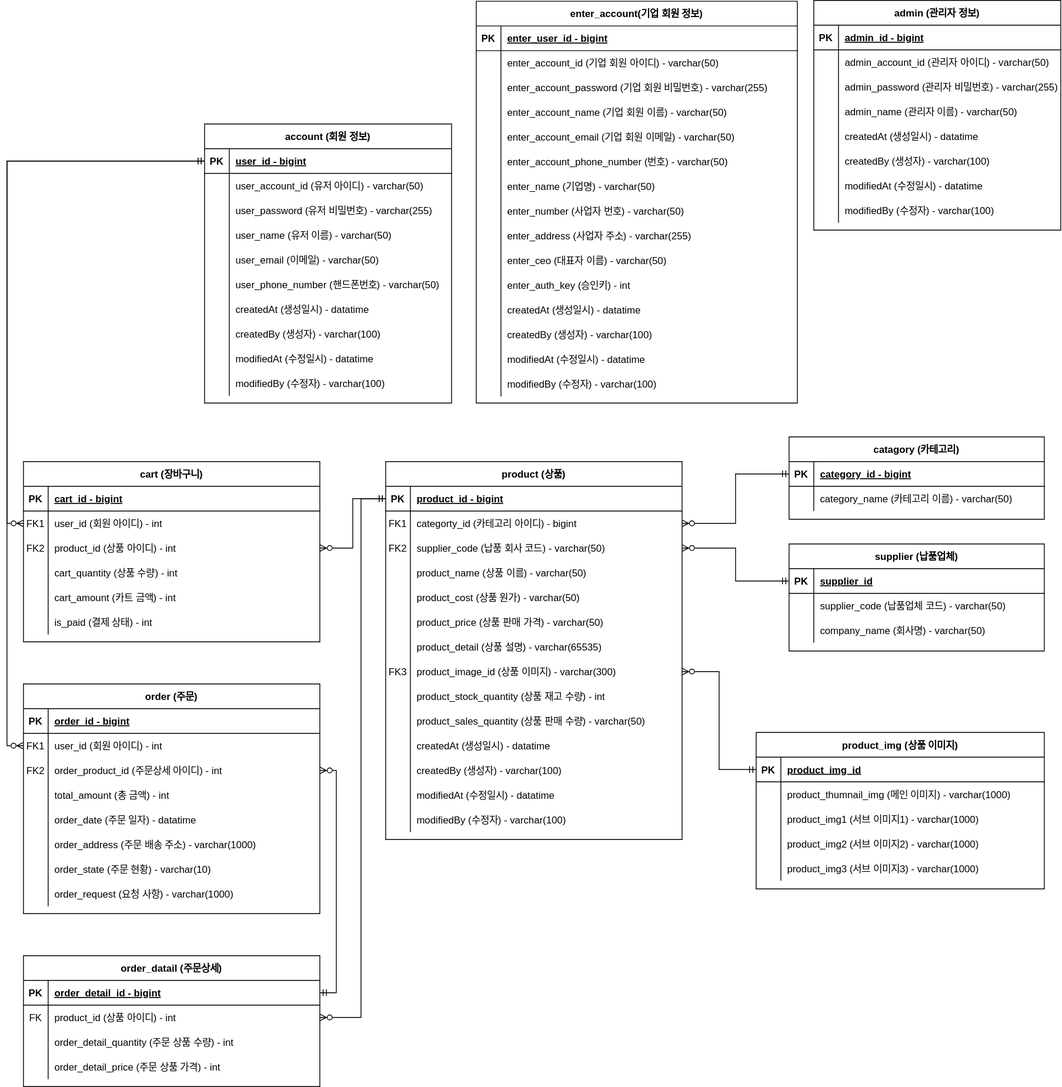
Above: document/SI-Track-Project-erd.svg in b2b2004/SI-Track (draw.io), before the change. Source tidied: cells renumbered, new cells last; positions are measured from the earlier drawing's top-left corner, leaving out a move shared by most shapes.
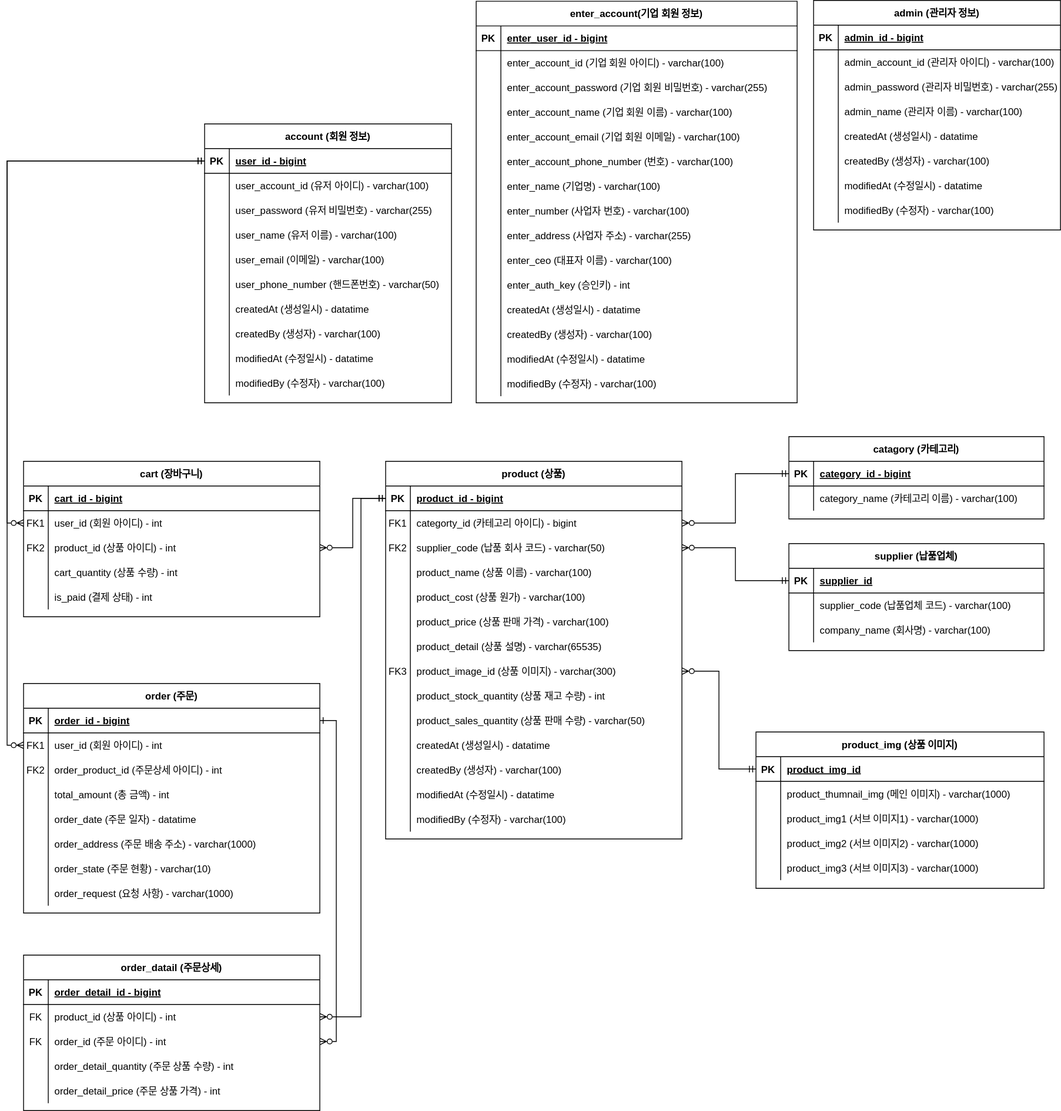
The same diagram one commit later.

Commit message:
#7 - Erd 그림 업데이트

Change to the diagram source:
```diff
@@ -22,3 +22,3 @@
     </mxCell>
-    <mxCell id="8" value="category_name (카테고리 이름) - varchar(50)" style="shape=partialRectangle;overflow=hidden;fillColor=none;top=0;left=0;bottom=0;right=0;align=left;spacingLeft=6;" parent="6" vertex="1">
+    <mxCell id="8" value="category_name (카테고리 이름) - varchar(100)" style="shape=partialRectangle;overflow=hidden;fillColor=none;top=0;left=0;bottom=0;right=0;align=left;spacingLeft=6;" parent="6" vertex="1">
       <mxGeometry x="30" width="280" height="30" as="geometry" />
@@ -43,3 +43,3 @@
     </mxCell>
-    <mxCell id="15" value="user_account_id (유저 아이디) - varchar(50)" style="shape=partialRectangle;overflow=hidden;fillColor=none;top=0;left=0;bottom=0;right=0;align=left;spacingLeft=6;" parent="13" vertex="1">
+    <mxCell id="15" value="user_account_id (유저 아이디) - varchar(100)" style="shape=partialRectangle;overflow=hidden;fillColor=none;top=0;left=0;bottom=0;right=0;align=left;spacingLeft=6;" parent="13" vertex="1">
       <mxGeometry x="30" width="270" height="30" as="geometry" />
@@ -61,3 +61,3 @@
     </mxCell>
-    <mxCell id="21" value="user_name (유저 이름) - varchar(50)" style="shape=partialRectangle;overflow=hidden;fillColor=none;top=0;left=0;bottom=0;right=0;align=left;spacingLeft=6;" parent="19" vertex="1">
+    <mxCell id="21" value="user_name (유저 이름) - varchar(100)" style="shape=partialRectangle;overflow=hidden;fillColor=none;top=0;left=0;bottom=0;right=0;align=left;spacingLeft=6;" parent="19" vertex="1">
       <mxGeometry x="30" width="270" height="30" as="geometry" />
@@ -70,3 +70,3 @@
     </mxCell>
-    <mxCell id="24" value="user_email (이메일) - varchar(50)" style="shape=partialRectangle;overflow=hidden;fillColor=none;top=0;left=0;bottom=0;right=0;align=left;spacingLeft=6;" parent="22" vertex="1">
+    <mxCell id="24" value="user_email (이메일) - varchar(100)" style="shape=partialRectangle;overflow=hidden;fillColor=none;top=0;left=0;bottom=0;right=0;align=left;spacingLeft=6;" parent="22" vertex="1">
       <mxGeometry x="30" width="270" height="30" as="geometry" />
@@ -154,3 +154,3 @@
     </mxCell>
-    <mxCell id="52" value="product_name (상품 이름) - varchar(50)" style="shape=partialRectangle;overflow=hidden;fillColor=none;top=0;left=0;bottom=0;right=0;align=left;spacingLeft=6;" parent="50" vertex="1">
+    <mxCell id="52" value="product_name (상품 이름) - varchar(100)" style="shape=partialRectangle;overflow=hidden;fillColor=none;top=0;left=0;bottom=0;right=0;align=left;spacingLeft=6;" parent="50" vertex="1">
       <mxGeometry x="30" width="330" height="30" as="geometry" />
@@ -163,3 +163,3 @@
     </mxCell>
-    <mxCell id="55" value="product_cost (상품 원가) - varchar(50)" style="shape=partialRectangle;overflow=hidden;fillColor=none;top=0;left=0;bottom=0;right=0;align=left;spacingLeft=6;" parent="53" vertex="1">
+    <mxCell id="55" value="product_cost (상품 원가) - varchar(100)" style="shape=partialRectangle;overflow=hidden;fillColor=none;top=0;left=0;bottom=0;right=0;align=left;spacingLeft=6;" parent="53" vertex="1">
       <mxGeometry x="30" width="330" height="30" as="geometry" />
@@ -172,3 +172,3 @@
     </mxCell>
-    <mxCell id="58" value="product_price (상품 판매 가격) - varchar(50)" style="shape=partialRectangle;overflow=hidden;fillColor=none;top=0;left=0;bottom=0;right=0;align=left;spacingLeft=6;" parent="56" vertex="1">
+    <mxCell id="58" value="product_price (상품 판매 가격) - varchar(100)" style="shape=partialRectangle;overflow=hidden;fillColor=none;top=0;left=0;bottom=0;right=0;align=left;spacingLeft=6;" parent="56" vertex="1">
       <mxGeometry x="30" width="330" height="30" as="geometry" />
@@ -265,3 +265,3 @@
     </mxCell>
-    <mxCell id="89" value="supplier_code (납품업체 코드) - varchar(50)" style="shape=partialRectangle;overflow=hidden;fillColor=none;top=0;left=0;bottom=0;right=0;align=left;spacingLeft=6;" parent="87" vertex="1">
+    <mxCell id="89" value="supplier_code (납품업체 코드) - varchar(100)" style="shape=partialRectangle;overflow=hidden;fillColor=none;top=0;left=0;bottom=0;right=0;align=left;spacingLeft=6;" parent="87" vertex="1">
       <mxGeometry x="30" width="280" height="30" as="geometry" />
@@ -274,3 +274,3 @@
     </mxCell>
-    <mxCell id="92" value="company_name (회사명) - varchar(50)" style="shape=partialRectangle;overflow=hidden;fillColor=none;top=0;left=0;bottom=0;right=0;align=left;spacingLeft=6;" parent="90" vertex="1">
+    <mxCell id="92" value="company_name (회사명) - varchar(100)" style="shape=partialRectangle;overflow=hidden;fillColor=none;top=0;left=0;bottom=0;right=0;align=left;spacingLeft=6;" parent="90" vertex="1">
       <mxGeometry x="30" width="280" height="30" as="geometry" />
@@ -278,3 +278,3 @@
     <mxCell id="93" value="cart (장바구니)" style="shape=table;startSize=30;rowLines=0;fontStyle=1;align=center;" parent="1" vertex="1">
-      <mxGeometry y="560" width="360" height="219" as="geometry" />
+      <mxGeometry y="560" width="360" height="189" as="geometry" />
     </mxCell>
@@ -316,13 +316,4 @@
     </mxCell>
-    <mxCell id="106" style="shape=partialRectangle;fillColor=none;top=0;left=0;right=0;bottom=0;" parent="93" vertex="1">
-      <mxGeometry y="150" width="360" height="30" as="geometry" />
-    </mxCell>
-    <mxCell id="107" style="shape=partialRectangle;overflow=hidden;fillColor=none;top=0;left=0;bottom=0;right=0;" parent="106" vertex="1">
-      <mxGeometry width="30" height="30" as="geometry" />
-    </mxCell>
-    <mxCell id="108" value="cart_amount (카트 금액) - int" style="shape=partialRectangle;overflow=hidden;fillColor=none;top=0;left=0;bottom=0;right=0;align=left;spacingLeft=6;" parent="106" vertex="1">
-      <mxGeometry x="30" width="330" height="30" as="geometry" />
-    </mxCell>
     <mxCell id="109" style="shape=partialRectangle;fillColor=none;top=0;left=0;right=0;bottom=0;" parent="93" vertex="1">
-      <mxGeometry y="180" width="360" height="30" as="geometry" />
+      <mxGeometry y="150" width="360" height="30" as="geometry" />
     </mxCell>
@@ -418,3 +409,3 @@
     </mxCell>
-    <mxCell id="140" style="edgeStyle=orthogonalEdgeStyle;rounded=0;jettySize=auto;html=1;exitX=1;exitY=0.5;exitDx=0;exitDy=0;entryX=1;entryY=0.5;entryDx=0;entryDy=0;startArrow=ERmandOne;startFill=0;endArrow=ERzeroToMany;endFill=0;" parent="1" edge="1" source="232" target="119">
+    <mxCell id="140" style="edgeStyle=orthogonalEdgeStyle;rounded=0;jettySize=auto;html=1;exitX=1;exitY=0.5;exitDx=0;exitDy=0;startArrow=ERone;startFill=0;endArrow=ERzeroToMany;endFill=0;entryX=1;entryY=0.5;entryDx=0;entryDy=0;" parent="1" edge="1" source="113" target="245">
       <mxGeometry relative="1" as="geometry" />
@@ -445,3 +436,3 @@
     </mxCell>
-    <mxCell id="149" value="enter_account_id (기업 회원 아이디) - varchar(50)" style="shape=partialRectangle;overflow=hidden;fillColor=none;top=0;left=0;bottom=0;right=0;align=left;spacingLeft=6;" parent="147" vertex="1">
+    <mxCell id="149" value="enter_account_id (기업 회원 아이디) - varchar(100)" style="shape=partialRectangle;overflow=hidden;fillColor=none;top=0;left=0;bottom=0;right=0;align=left;spacingLeft=6;" parent="147" vertex="1">
       <mxGeometry x="30" width="360" height="30" as="geometry" />
@@ -463,3 +454,3 @@
     </mxCell>
-    <mxCell id="155" value="enter_account_name (기업 회원 이름) - varchar(50)" style="shape=partialRectangle;overflow=hidden;fillColor=none;top=0;left=0;bottom=0;right=0;align=left;spacingLeft=6;" parent="153" vertex="1">
+    <mxCell id="155" value="enter_account_name (기업 회원 이름) - varchar(100)" style="shape=partialRectangle;overflow=hidden;fillColor=none;top=0;left=0;bottom=0;right=0;align=left;spacingLeft=6;" parent="153" vertex="1">
       <mxGeometry x="30" width="360" height="30" as="geometry" />
@@ -472,3 +463,3 @@
     </mxCell>
-    <mxCell id="158" value="enter_account_email (기업 회원 이메일) - varchar(50)" style="shape=partialRectangle;overflow=hidden;fillColor=none;top=0;left=0;bottom=0;right=0;align=left;spacingLeft=6;" parent="156" vertex="1">
+    <mxCell id="158" value="enter_account_email (기업 회원 이메일) - varchar(100)" style="shape=partialRectangle;overflow=hidden;fillColor=none;top=0;left=0;bottom=0;right=0;align=left;spacingLeft=6;" parent="156" vertex="1">
       <mxGeometry x="30" width="360" height="30" as="geometry" />
@@ -481,3 +472,3 @@
     </mxCell>
-    <mxCell id="161" value="enter_account_phone_number (번호) - varchar(50)" style="shape=partialRectangle;overflow=hidden;fillColor=none;top=0;left=0;bottom=0;right=0;align=left;spacingLeft=6;" parent="159" vertex="1">
+    <mxCell id="161" value="enter_account_phone_number (번호) - varchar(100)" style="shape=partialRectangle;overflow=hidden;fillColor=none;top=0;left=0;bottom=0;right=0;align=left;spacingLeft=6;" parent="159" vertex="1">
       <mxGeometry x="30" width="360" height="30" as="geometry" />
@@ -490,3 +481,3 @@
     </mxCell>
-    <mxCell id="164" value="enter_name (기업명) - varchar(50)" style="shape=partialRectangle;overflow=hidden;fillColor=none;top=0;left=0;bottom=0;right=0;align=left;spacingLeft=6;" parent="162" vertex="1">
+    <mxCell id="164" value="enter_name (기업명) - varchar(100)" style="shape=partialRectangle;overflow=hidden;fillColor=none;top=0;left=0;bottom=0;right=0;align=left;spacingLeft=6;" parent="162" vertex="1">
       <mxGeometry x="30" width="360" height="30" as="geometry" />
@@ -499,3 +490,3 @@
     </mxCell>
-    <mxCell id="167" value="enter_number (사업자 번호) - varchar(50)" style="shape=partialRectangle;overflow=hidden;fillColor=none;top=0;left=0;bottom=0;right=0;align=left;spacingLeft=6;" parent="165" vertex="1">
+    <mxCell id="167" value="enter_number (사업자 번호) - varchar(100)" style="shape=partialRectangle;overflow=hidden;fillColor=none;top=0;left=0;bottom=0;right=0;align=left;spacingLeft=6;" parent="165" vertex="1">
       <mxGeometry x="30" width="360" height="30" as="geometry" />
@@ -517,3 +508,3 @@
     </mxCell>
-    <mxCell id="173" value="enter_ceo (대표자 이름) - varchar(50)" style="shape=partialRectangle;overflow=hidden;fillColor=none;top=0;left=0;bottom=0;right=0;align=left;spacingLeft=6;" parent="171" vertex="1">
+    <mxCell id="173" value="enter_ceo (대표자 이름) - varchar(100)" style="shape=partialRectangle;overflow=hidden;fillColor=none;top=0;left=0;bottom=0;right=0;align=left;spacingLeft=6;" parent="171" vertex="1">
       <mxGeometry x="30" width="360" height="30" as="geometry" />
@@ -583,3 +574,3 @@
     </mxCell>
-    <mxCell id="195" value="admin_account_id (관리자 아이디) - varchar(50)" style="shape=partialRectangle;overflow=hidden;fillColor=none;top=0;left=0;bottom=0;right=0;align=left;spacingLeft=6;" parent="193" vertex="1">
+    <mxCell id="195" value="admin_account_id (관리자 아이디) - varchar(100)" style="shape=partialRectangle;overflow=hidden;fillColor=none;top=0;left=0;bottom=0;right=0;align=left;spacingLeft=6;" parent="193" vertex="1">
       <mxGeometry x="30" width="270" height="30" as="geometry" />
@@ -601,3 +592,3 @@
     </mxCell>
-    <mxCell id="201" value="admin_name (관리자 이름) - varchar(50)" style="shape=partialRectangle;overflow=hidden;fillColor=none;top=0;left=0;bottom=0;right=0;align=left;spacingLeft=6;" parent="199" vertex="1">
+    <mxCell id="201" value="admin_name (관리자 이름) - varchar(100)" style="shape=partialRectangle;overflow=hidden;fillColor=none;top=0;left=0;bottom=0;right=0;align=left;spacingLeft=6;" parent="199" vertex="1">
       <mxGeometry x="30" width="270" height="30" as="geometry" />
@@ -692,3 +683,3 @@
     <mxCell id="231" value="order_datail (주문상세)" style="shape=table;startSize=30;rowLines=0;fontStyle=1;align=center;" parent="1" vertex="1">
-      <mxGeometry y="1160" width="360" height="159" as="geometry" />
+      <mxGeometry y="1160" width="360" height="189" as="geometry" />
     </mxCell>
@@ -712,4 +703,13 @@
     </mxCell>
+    <mxCell id="245" style="shape=partialRectangle;fillColor=none;points=[[0,0.5],[1,0.5]];portConstraint=eastwest;top=0;left=0;right=0;bottom=0;" parent="231" vertex="1">
+      <mxGeometry y="90" width="360" height="30" as="geometry" />
+    </mxCell>
+    <mxCell id="246" value="FK" style="shape=partialRectangle;overflow=hidden;fillColor=none;top=0;left=0;bottom=0;right=0;" parent="245" vertex="1">
+      <mxGeometry width="30" height="30" as="geometry" />
+    </mxCell>
+    <mxCell id="247" value="order_id (주문 아이디) - int" style="shape=partialRectangle;overflow=hidden;fillColor=none;top=0;left=0;bottom=0;right=0;align=left;spacingLeft=6;" parent="245" vertex="1">
+      <mxGeometry x="30" width="330" height="30" as="geometry" />
+    </mxCell>
     <mxCell id="238" style="shape=partialRectangle;fillColor=none;top=0;left=0;right=0;bottom=0;" parent="231" vertex="1">
-      <mxGeometry y="90" width="360" height="30" as="geometry" />
+      <mxGeometry y="120" width="360" height="30" as="geometry" />
     </mxCell>
@@ -722,3 +722,3 @@
     <mxCell id="241" style="shape=partialRectangle;fillColor=none;top=0;left=0;right=0;bottom=0;" parent="231" vertex="1">
-      <mxGeometry y="120" width="360" height="30" as="geometry" />
+      <mxGeometry y="150" width="360" height="30" as="geometry" />
     </mxCell>
```
